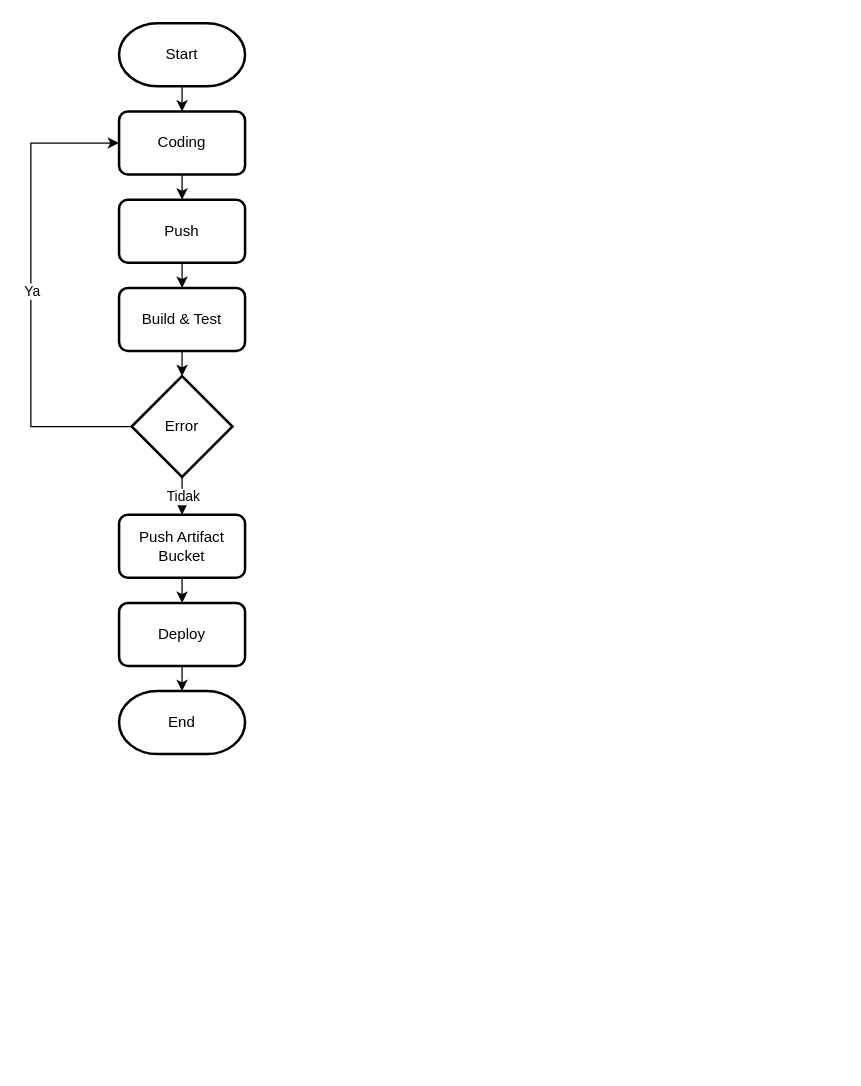
Above: CICD-staycation2.drawio in gryto/CapstoneProjectAWS (draw.io), before the change. Source tidied: cells renumbered, new cells numbered last; positions are measured from the earlier drawing's top-left corner, leaving out a move shared by most shapes. Both pictures are drawn from the tidied source at 126%, with x=0, y=0 at pixel (30, 23).
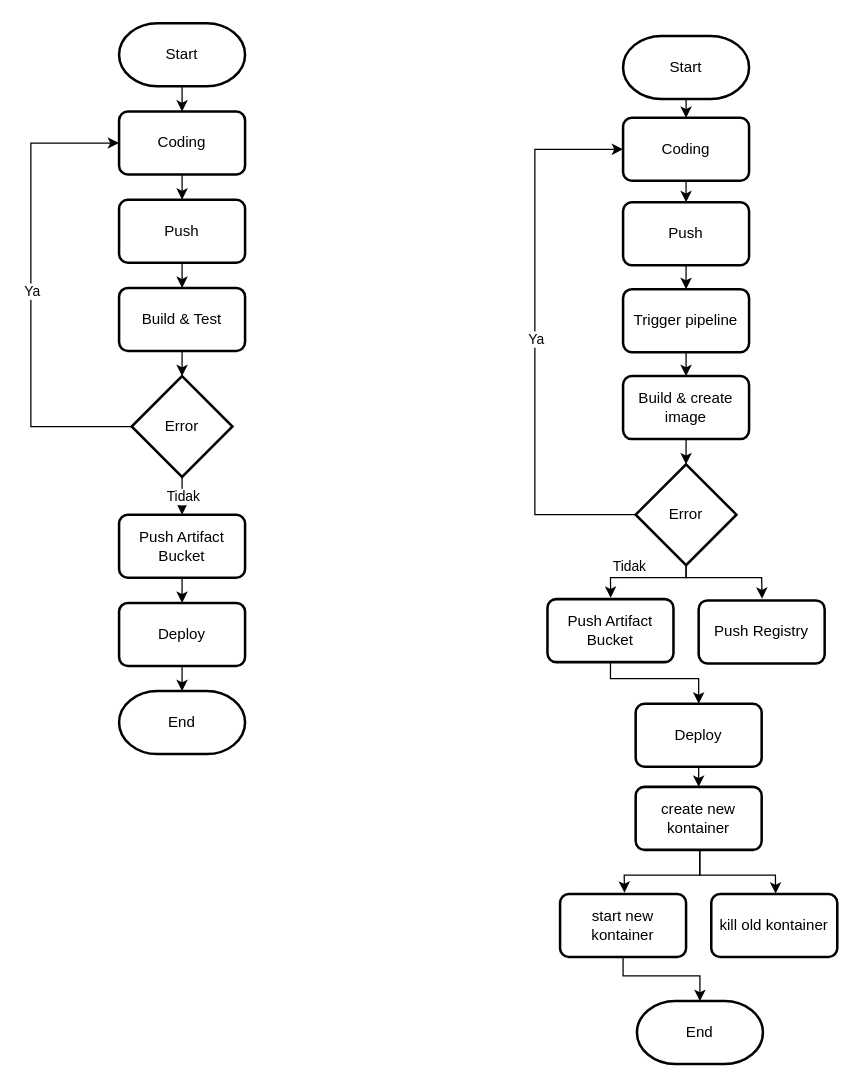
After the change.

What changed in the source:
```diff
@@
+    <mxCell id="20" value="Start" style="strokeWidth=2;html=1;shape=mxgraph.flowchart.terminator;whiteSpace=wrap;" parent="1" vertex="1">
+      <mxGeometry x="470" y="10" width="100" height="50" as="geometry" />
+    </mxCell>
+    <mxCell id="21" value="Coding" style="rounded=1;whiteSpace=wrap;html=1;absoluteArcSize=1;arcSize=14;strokeWidth=2;" parent="1" vertex="1">
+      <mxGeometry x="470" y="75" width="100" height="50" as="geometry" />
+    </mxCell>
+    <mxCell id="22" value="Push" style="rounded=1;whiteSpace=wrap;html=1;absoluteArcSize=1;arcSize=14;strokeWidth=2;" parent="1" vertex="1">
+      <mxGeometry x="470" y="142" width="100" height="50" as="geometry" />
+    </mxCell>
+    <mxCell id="23" value="Build &amp;amp; create image" style="rounded=1;whiteSpace=wrap;html=1;absoluteArcSize=1;arcSize=14;strokeWidth=2;" parent="1" vertex="1">
+      <mxGeometry x="470" y="280" width="100" height="50" as="geometry" />
+    </mxCell>
+    <mxCell id="24" value="Error" style="strokeWidth=2;html=1;shape=mxgraph.flowchart.decision;whiteSpace=wrap;" parent="1" vertex="1">
+      <mxGeometry x="480" y="350" width="80" height="80" as="geometry" />
+    </mxCell>
+    <mxCell id="25" value="Push Artifact Bucket" style="rounded=1;whiteSpace=wrap;html=1;absoluteArcSize=1;arcSize=14;strokeWidth=2;" parent="1" vertex="1">
+      <mxGeometry x="410" y="457" width="100" height="50" as="geometry" />
+    </mxCell>
+    <mxCell id="26" value="Deploy" style="rounded=1;whiteSpace=wrap;html=1;absoluteArcSize=1;arcSize=14;strokeWidth=2;" parent="1" vertex="1">
+      <mxGeometry x="480" y="540" width="100" height="50" as="geometry" />
+    </mxCell>
+    <mxCell id="27" value="End" style="strokeWidth=2;html=1;shape=mxgraph.flowchart.terminator;whiteSpace=wrap;" parent="1" vertex="1">
+      <mxGeometry x="481" y="776" width="100" height="50" as="geometry" />
+    </mxCell>
+    <mxCell id="28" style="endArrow=classic;html=1;rounded=0;exitX=0.5;exitY=1;exitDx=0;exitDy=0;exitPerimeter=0;" parent="1" edge="1" source="20" target="21">
+      <mxGeometry relative="1" as="geometry" />
+    </mxCell>
+    <mxCell id="29" style="endArrow=classic;html=1;rounded=0;exitX=0.5;exitY=1;exitDx=0;exitDy=0;" parent="1" edge="1" source="21" target="22">
+      <mxGeometry relative="1" as="geometry" />
+    </mxCell>
+    <mxCell id="30" style="endArrow=classic;html=1;rounded=0;exitX=0.5;exitY=1;exitDx=0;exitDy=0;" parent="1" edge="1" source="38" target="23">
+      <mxGeometry relative="1" as="geometry" />
+    </mxCell>
+    <mxCell id="31" style="endArrow=classic;html=1;rounded=0;exitX=0.5;exitY=1;exitDx=0;exitDy=0;" parent="1" edge="1" source="23" target="24">
+      <mxGeometry relative="1" as="geometry" />
+    </mxCell>
+    <mxCell id="32" style="endArrow=classic;html=1;rounded=0;exitX=0;exitY=0.5;exitDx=0;exitDy=0;entryX=0;entryY=0.5;entryDx=0;entryDy=0;exitPerimeter=0;" parent="1" edge="1" source="24" target="21">
+      <mxGeometry relative="1" as="geometry">
+        <Array as="points">
+          <mxPoint x="400" y="390" />
+          <mxPoint x="400" y="100" />
+        </Array>
+      </mxGeometry>
+    </mxCell>
+    <mxCell id="33" value="Ya" style="edgeLabel;html=1;align=center;verticalAlign=middle;" parent="32" vertex="1">
+      <mxGeometry relative="1" as="geometry" />
+    </mxCell>
+    <mxCell id="34" style="endArrow=classic;html=1;rounded=0;exitX=0.5;exitY=1;exitDx=0;exitDy=0;exitPerimeter=0;entryX=0.502;entryY=-0.021;entryDx=0;entryDy=0;entryPerimeter=0;" parent="1" edge="1" source="24" target="25">
+      <mxGeometry relative="1" as="geometry">
+        <Array as="points">
+          <mxPoint x="520" y="440" />
+          <mxPoint x="460" y="440" />
+        </Array>
+      </mxGeometry>
+    </mxCell>
+    <mxCell id="35" value="Tidak" style="edgeLabel;html=1;align=center;verticalAlign=middle;" parent="34" vertex="1">
+      <mxGeometry relative="1" as="geometry">
+        <mxPoint x="-13" y="-10" as="offset" />
+      </mxGeometry>
+    </mxCell>
+    <mxCell id="36" style="endArrow=classic;html=1;rounded=0;exitX=0.5;exitY=1;exitDx=0;exitDy=0;" parent="1" edge="1" source="25" target="26">
+      <mxGeometry relative="1" as="geometry">
+        <Array as="points">
+          <mxPoint x="460" y="520" />
+          <mxPoint x="530" y="520" />
+        </Array>
+      </mxGeometry>
+    </mxCell>
+    <mxCell id="37" value="Push Registry" style="rounded=1;whiteSpace=wrap;html=1;absoluteArcSize=1;arcSize=14;strokeWidth=2;" parent="1" vertex="1">
+      <mxGeometry x="530" y="458" width="100" height="50" as="geometry" />
+    </mxCell>
+    <mxCell id="38" value="Trigger pipeline" style="rounded=1;whiteSpace=wrap;html=1;absoluteArcSize=1;arcSize=14;strokeWidth=2;" parent="1" vertex="1">
+      <mxGeometry x="470" y="211" width="100" height="50" as="geometry" />
+    </mxCell>
+    <mxCell id="39" style="endArrow=classic;html=1;rounded=0;exitX=0.5;exitY=1;exitDx=0;exitDy=0;entryX=0.5;entryY=0;entryDx=0;entryDy=0;" parent="1" edge="1" source="22" target="38">
+      <mxGeometry relative="1" as="geometry" />
+    </mxCell>
+    <mxCell id="40" style="endArrow=classic;html=1;rounded=0;exitX=0.5;exitY=1;exitDx=0;exitDy=0;exitPerimeter=0;entryX=0.503;entryY=-0.027;entryDx=0;entryDy=0;entryPerimeter=0;" parent="1" edge="1" source="24" target="37">
+      <mxGeometry relative="1" as="geometry">
+        <Array as="points">
+          <mxPoint x="520" y="440" />
+          <mxPoint x="580" y="440" />
+        </Array>
+      </mxGeometry>
+    </mxCell>
+    <mxCell id="41" value="start new kontainer" style="rounded=1;whiteSpace=wrap;html=1;absoluteArcSize=1;arcSize=14;strokeWidth=2;" parent="1" vertex="1">
+      <mxGeometry x="420" y="691" width="100" height="50" as="geometry" />
+    </mxCell>
+    <mxCell id="42" value="kill old kontainer" style="rounded=1;whiteSpace=wrap;html=1;absoluteArcSize=1;arcSize=14;strokeWidth=2;" parent="1" vertex="1">
+      <mxGeometry x="540" y="691" width="100" height="50" as="geometry" />
+    </mxCell>
+    <mxCell id="43" value="create new kontainer" style="rounded=1;whiteSpace=wrap;html=1;absoluteArcSize=1;arcSize=14;strokeWidth=2;" parent="1" vertex="1">
+      <mxGeometry x="480" y="606" width="100" height="50" as="geometry" />
+    </mxCell>
+    <mxCell id="44" style="endArrow=classic;html=1;rounded=0;exitX=0.5;exitY=1;exitDx=0;exitDy=0;startArrow=none;startFill=0;endFill=1;" parent="1" edge="1" source="26" target="43">
+      <mxGeometry relative="1" as="geometry" />
+    </mxCell>
+    <mxCell id="45" style="endArrow=classic;html=1;rounded=0;exitX=0.5;exitY=1;exitDx=0;exitDy=0;exitPerimeter=0;entryX=0.502;entryY=-0.021;entryDx=0;entryDy=0;entryPerimeter=0;" parent="1" edge="1">
+      <mxGeometry relative="1" as="geometry">
+        <mxPoint x="530.9" y="656" as="sourcePoint" />
+        <mxPoint x="471.1" y="690" as="targetPoint" />
+        <Array as="points">
+          <mxPoint x="530.9" y="676" />
+          <mxPoint x="470.9" y="676" />
+        </Array>
+      </mxGeometry>
+    </mxCell>
+    <mxCell id="46" style="endArrow=classic;html=1;rounded=0;exitX=0.5;exitY=1;exitDx=0;exitDy=0;exitPerimeter=0;entryX=0.503;entryY=-0.027;entryDx=0;entryDy=0;entryPerimeter=0;" parent="1" edge="1">
+      <mxGeometry relative="1" as="geometry">
+        <mxPoint x="530.9" y="656" as="sourcePoint" />
+        <mxPoint x="591.1" y="690.7" as="targetPoint" />
+        <Array as="points">
+          <mxPoint x="530.9" y="676" />
+          <mxPoint x="590.9" y="676" />
+        </Array>
+      </mxGeometry>
+    </mxCell>
+    <mxCell id="47" style="endArrow=classic;html=1;rounded=0;exitX=0.5;exitY=1;exitDx=0;exitDy=0;entryX=0.5;entryY=0;entryDx=0;entryDy=0;entryPerimeter=0;" parent="1" edge="1" target="27">
+      <mxGeometry relative="1" as="geometry">
+        <mxPoint x="470" y="741" as="sourcePoint" />
+        <Array as="points">
+          <mxPoint x="470" y="756" />
+          <mxPoint x="531" y="756" />
+        </Array>
+      </mxGeometry>
+    </mxCell>
```
